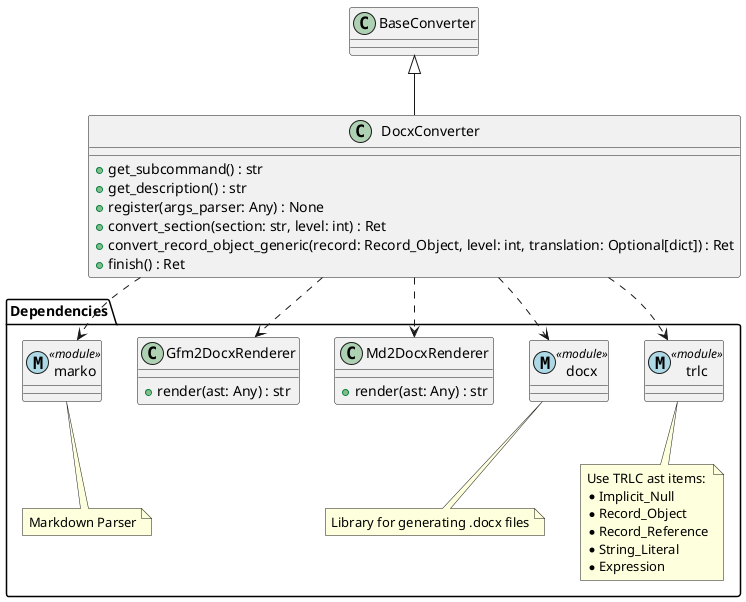
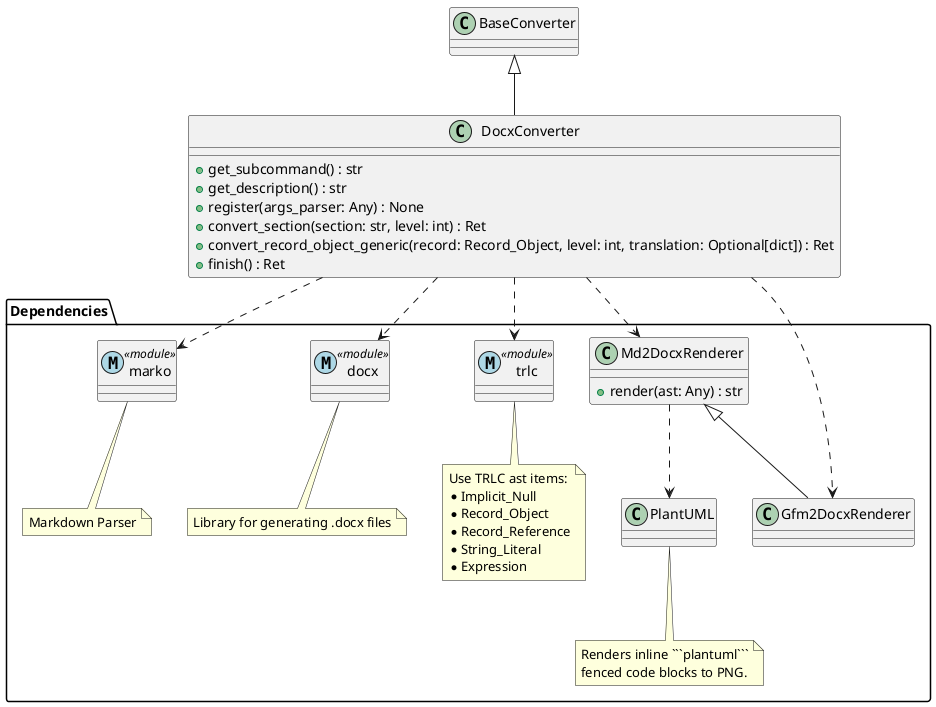
@startuml

class BaseConverter {
}

class DocxConverter extends BaseConverter {
    +get_subcommand() : str
    +get_description() : str
    +register(args_parser: Any) : None
    +convert_section(section: str, level: int) : Ret
    +convert_record_object_generic(record: Record_Object, level: int, translation: Optional[dict]) : Ret
    +finish() : Ret
}

package "Dependencies" {

    class trlc <<(M ,lightblue) module>>{
    }

    note bottom of trlc
        Use TRLC ast items:
        * Implicit_Null
        * Record_Object
        * Record_Reference
        * String_Literal
        * Expression
    end note


    class docx <<(M ,lightblue) module>>{
    }
    note bottom of docx
        Library for generating .docx files
    end note

    class Md2DocxRenderer {
        + render(ast: Any) : str
    }

-     class Gfm2DocxRenderer {
-         + render(ast: Any) : str
+     class Gfm2DocxRenderer extends Md2DocxRenderer {
    }

    class marko <<(M ,lightblue) module>> {
    }
    note bottom of marko
        Markdown Parser
+     end note
+ 
+     class PlantUML {
+     }
+     note bottom of PlantUML
+         Renders inline ```plantuml```
+         fenced code blocks to PNG.
    end note
}

DocxConverter ..> trlc
DocxConverter ..> docx
DocxConverter ..> Md2DocxRenderer
DocxConverter ..> Gfm2DocxRenderer
DocxConverter ..> marko
+ Md2DocxRenderer ..> PlantUML

@enduml